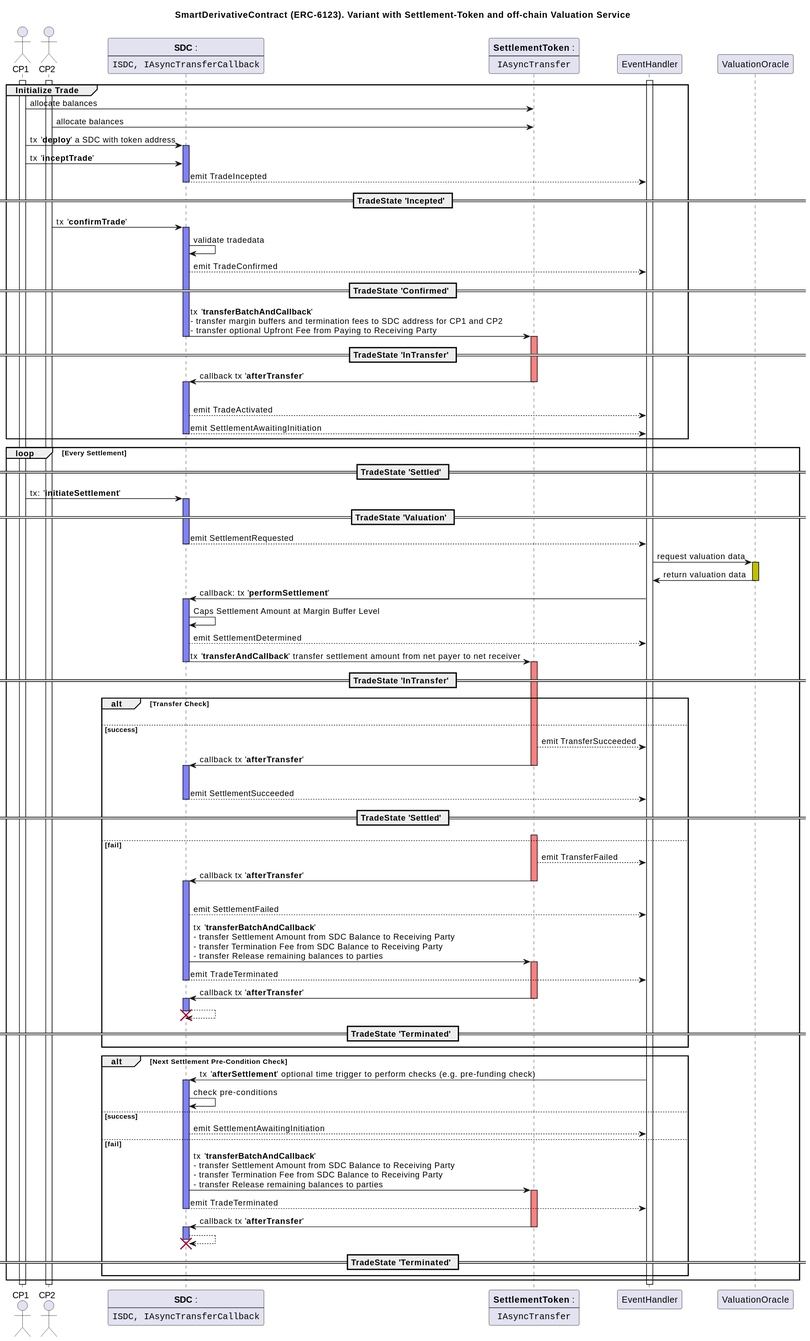
This is assets/erc-6123/doc/sequence.svg from ethereum/ERCs, a PlantUML export, as it was before one commit.
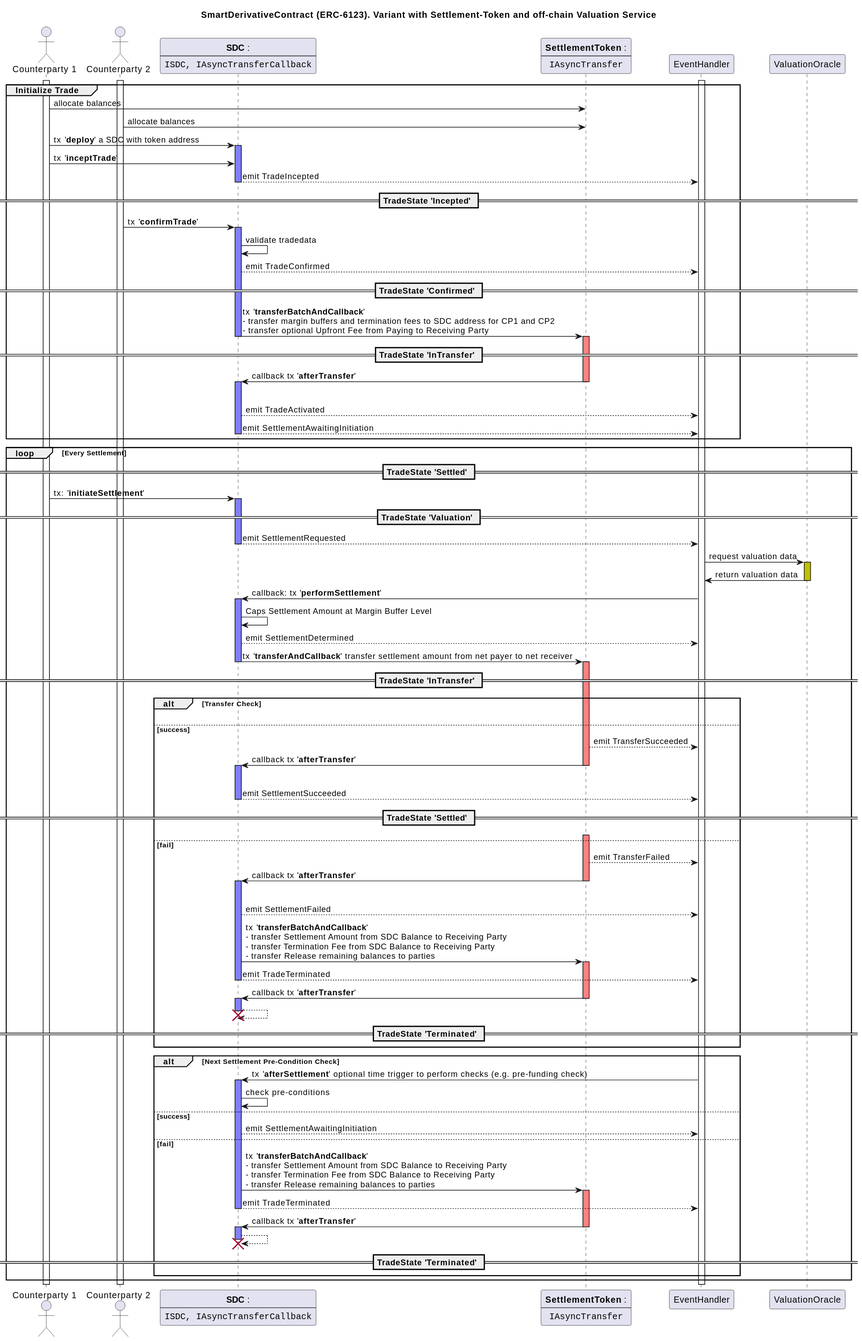
Above is the later version.

Commit message:
Updates to sequence diagram.

What changed in the source:
```diff
@@ -1,8 +1,8 @@
 @startuml
 title SmartDerivativeContract (ERC-6123). Variant with Settlement-Token and off-chain Valuation Service
 
-actor CP1
-actor CP2
+actor "Counterparty 1" as CP1
+actor "Counterparty 2" as CP2
 
 participant SDC [
     **SDC** :
```
